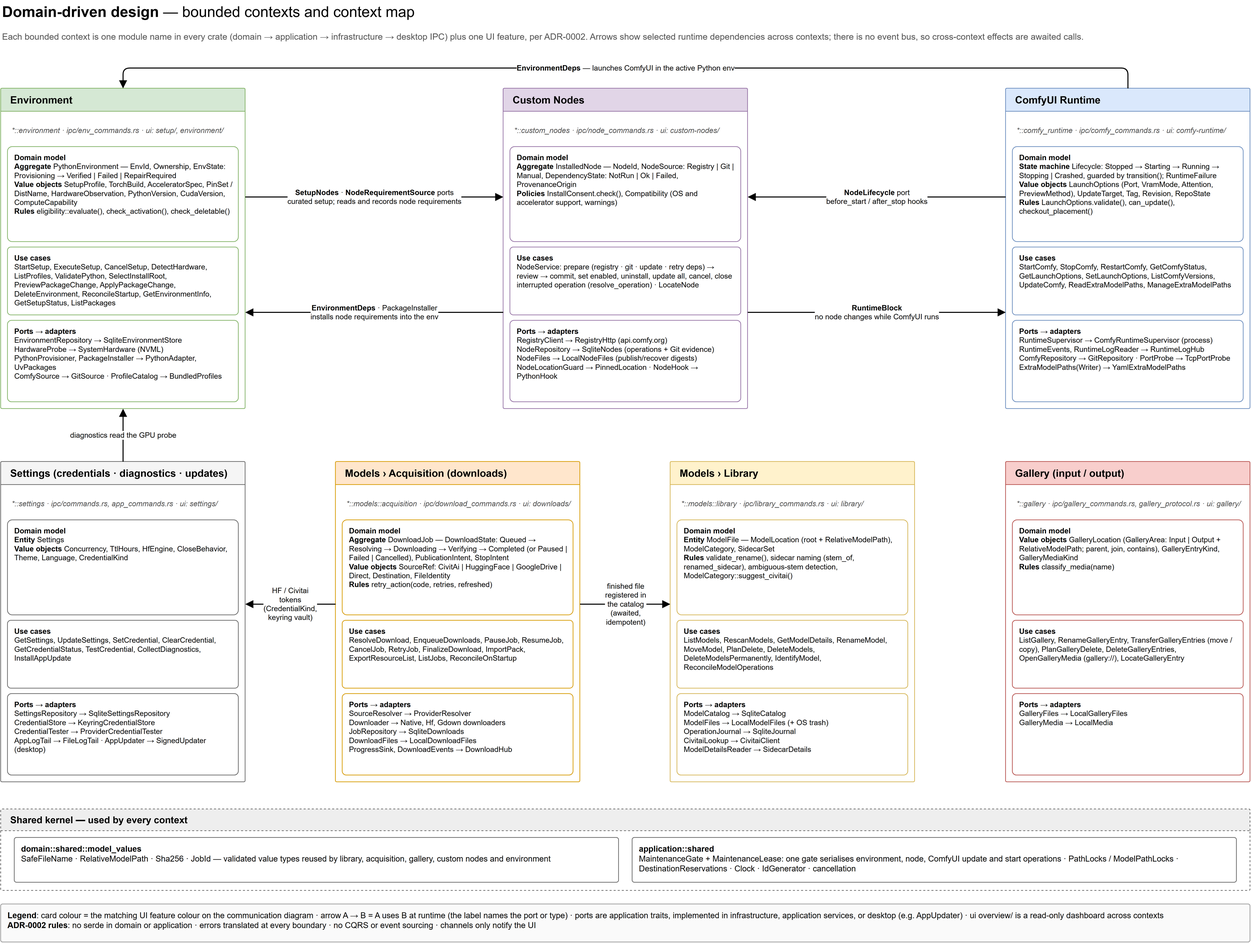
The draw.io diagram docs/diagrams/ddd-context-map.drawio.png in vjumpkung/vjump-comfyui-portable-with-resource-manager, before a commit. Source tidied: cells renumbered, new cells last; positions are measured from the earlier drawing's top-left corner, leaving out a move shared by most shapes.
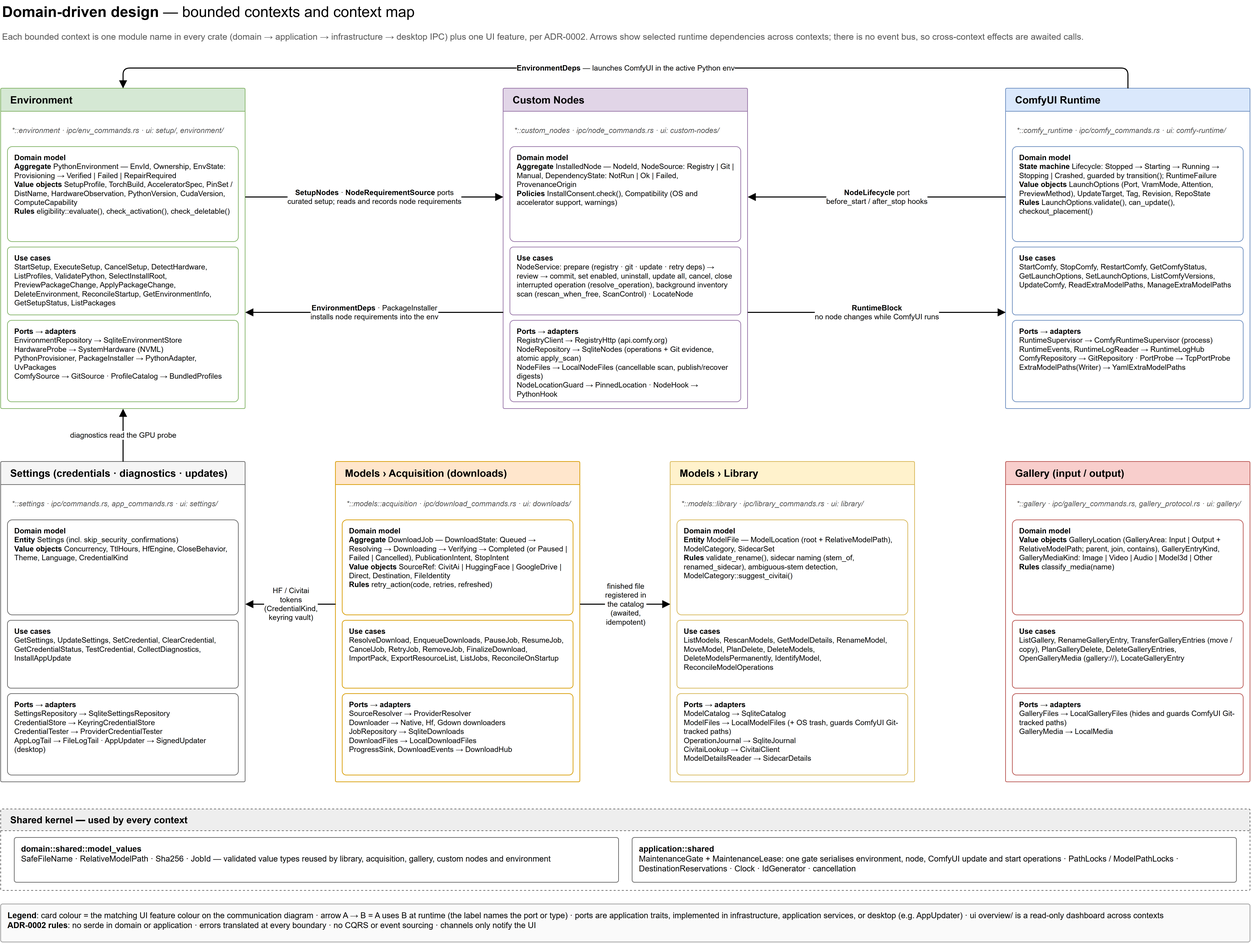
The same diagram one commit later.

Change to the diagram source:
```diff
@@ -32,10 +32,10 @@
     <mxCell id="11" value="&lt;b&gt;Domain model&lt;/b&gt;&lt;br&gt;&lt;b&gt;Aggregate&lt;/b&gt; InstalledNode — NodeId, NodeSource: Registry | Git | Manual, DependencyState: NotRun | Ok | Failed, ProvenanceOrigin&lt;br&gt;&lt;b&gt;Policies&lt;/b&gt; InstallConsent.check(), Compatibility (OS and accelerator support, warnings)" style="rounded=1;arcSize=5;whiteSpace=wrap;html=1;align=left;verticalAlign=top;spacingLeft=8;spacingRight=6;spacingTop=3;fontSize=11;fillColor=#ffffff;strokeColor=#9673a6;strokeWidth=1;" parent="9" vertex="1">
       <mxGeometry x="10" y="86" width="340" height="140" as="geometry" />
     </mxCell>
-    <mxCell id="12" value="&lt;b&gt;Use cases&lt;/b&gt;&lt;br&gt;NodeService: prepare (registry · git · update · retry deps) → review → commit, set enabled, uninstall, update all, cancel, close interrupted operation (resolve_operation) · LocateNode" style="rounded=1;arcSize=5;whiteSpace=wrap;html=1;align=left;verticalAlign=top;spacingLeft=8;spacingRight=6;spacingTop=3;fontSize=11;fillColor=#ffffff;strokeColor=#9673a6;strokeWidth=1;" parent="9" vertex="1">
+    <mxCell id="12" value="&lt;b&gt;Use cases&lt;/b&gt;&lt;br&gt;NodeService: prepare (registry · git · update · retry deps) → review → commit, set enabled, uninstall, update all, cancel, close interrupted operation (resolve_operation), background inventory scan (rescan_when_free, ScanControl) · LocateNode" style="rounded=1;arcSize=5;whiteSpace=wrap;html=1;align=left;verticalAlign=top;spacingLeft=8;spacingRight=6;spacingTop=3;fontSize=11;fillColor=#ffffff;strokeColor=#9673a6;strokeWidth=1;" parent="9" vertex="1">
       <mxGeometry x="10" y="234" width="340" height="100" as="geometry" />
     </mxCell>
-    <mxCell id="13" value="&lt;b&gt;Ports → adapters&lt;/b&gt;&lt;br&gt;RegistryClient → RegistryHttp (api.comfy.org)&lt;br&gt;NodeRepository → SqliteNodes (operations + Git evidence)&lt;br&gt;NodeFiles → LocalNodeFiles (publish/recover digests)&lt;br&gt;NodeLocationGuard → PinnedLocation · NodeHook → PythonHook" style="rounded=1;arcSize=5;whiteSpace=wrap;html=1;align=left;verticalAlign=top;spacingLeft=8;spacingRight=6;spacingTop=3;fontSize=11;fillColor=#ffffff;strokeColor=#9673a6;strokeWidth=1;" parent="9" vertex="1">
+    <mxCell id="13" value="&lt;b&gt;Ports → adapters&lt;/b&gt;&lt;br&gt;RegistryClient → RegistryHttp (api.comfy.org)&lt;br&gt;NodeRepository → SqliteNodes (operations + Git evidence, atomic apply_scan)&lt;br&gt;NodeFiles → LocalNodeFiles (cancellable scan, publish/recover digests)&lt;br&gt;NodeLocationGuard → PinnedLocation · NodeHook → PythonHook" style="rounded=1;arcSize=5;whiteSpace=wrap;html=1;align=left;verticalAlign=top;spacingLeft=8;spacingRight=6;spacingTop=3;fontSize=11;fillColor=#ffffff;strokeColor=#9673a6;strokeWidth=1;" parent="9" vertex="1">
       <mxGeometry x="10" y="342" width="340" height="120" as="geometry" />
     </mxCell>
     <mxCell id="14" value="ComfyUI Runtime" style="swimlane;startSize=34;rounded=1;arcSize=2;html=1;whiteSpace=wrap;fontStyle=1;fontSize=15;align=left;spacingLeft=12;fillColor=#dae8fc;strokeColor=#6c8ebf;swimlaneFillColor=#ffffff;" parent="1" vertex="1">
@@ -59,7 +59,7 @@
     <mxCell id="20" value="*::settings · ipc/commands.rs, app_commands.rs · ui: settings/" style="text;html=1;align=left;verticalAlign=middle;whiteSpace=wrap;fontSize=11;fontStyle=2;fontColor=#555555;spacingLeft=4;" parent="19" vertex="1">
       <mxGeometry x="10" y="42" width="340" height="40" as="geometry" />
     </mxCell>
-    <mxCell id="21" value="&lt;b&gt;Domain model&lt;/b&gt;&lt;br&gt;&lt;b&gt;Entity&lt;/b&gt; Settings&lt;br&gt;&lt;b&gt;Value objects&lt;/b&gt; Concurrency, TtlHours, HfEngine, CloseBehavior, Theme, Language, CredentialKind" style="rounded=1;arcSize=5;whiteSpace=wrap;html=1;align=left;verticalAlign=top;spacingLeft=8;spacingRight=6;spacingTop=3;fontSize=11;fillColor=#ffffff;strokeColor=#666666;strokeWidth=1;" parent="19" vertex="1">
+    <mxCell id="21" value="&lt;b&gt;Domain model&lt;/b&gt;&lt;br&gt;&lt;b&gt;Entity&lt;/b&gt; Settings (incl. skip_security_confirmations)&lt;br&gt;&lt;b&gt;Value objects&lt;/b&gt; Concurrency, TtlHours, HfEngine, CloseBehavior, Theme, Language, CredentialKind" style="rounded=1;arcSize=5;whiteSpace=wrap;html=1;align=left;verticalAlign=top;spacingLeft=8;spacingRight=6;spacingTop=3;fontSize=11;fillColor=#ffffff;strokeColor=#666666;strokeWidth=1;" parent="19" vertex="1">
       <mxGeometry x="10" y="86" width="340" height="140" as="geometry" />
     </mxCell>
     <mxCell id="22" value="&lt;b&gt;Use cases&lt;/b&gt;&lt;br&gt;GetSettings, UpdateSettings, SetCredential, ClearCredential, GetCredentialStatus, TestCredential, CollectDiagnostics, InstallAppUpdate" style="rounded=1;arcSize=5;whiteSpace=wrap;html=1;align=left;verticalAlign=top;spacingLeft=8;spacingRight=6;spacingTop=3;fontSize=11;fillColor=#ffffff;strokeColor=#666666;strokeWidth=1;" parent="19" vertex="1">
@@ -77,7 +77,7 @@
     <mxCell id="26" value="&lt;b&gt;Domain model&lt;/b&gt;&lt;br&gt;&lt;b&gt;Aggregate&lt;/b&gt; DownloadJob — DownloadState: Queued → Resolving → Downloading → Verifying → Completed (or Paused | Failed | Cancelled), PublicationIntent, StopIntent&lt;br&gt;&lt;b&gt;Value objects&lt;/b&gt; SourceRef: CivitAi | HuggingFace | GoogleDrive | Direct, Destination, FileIdentity&lt;br&gt;&lt;b&gt;Rules&lt;/b&gt; retry_action(code, retries, refreshed)" style="rounded=1;arcSize=5;whiteSpace=wrap;html=1;align=left;verticalAlign=top;spacingLeft=8;spacingRight=6;spacingTop=3;fontSize=11;fillColor=#ffffff;strokeColor=#d79b00;strokeWidth=1;" parent="24" vertex="1">
       <mxGeometry x="10" y="86" width="340" height="140" as="geometry" />
     </mxCell>
-    <mxCell id="27" value="&lt;b&gt;Use cases&lt;/b&gt;&lt;br&gt;ResolveDownload, EnqueueDownloads, PauseJob, ResumeJob, CancelJob, RetryJob, FinalizeDownload, ImportPack, ExportResourceList, ListJobs, ReconcileOnStartup" style="rounded=1;arcSize=5;whiteSpace=wrap;html=1;align=left;verticalAlign=top;spacingLeft=8;spacingRight=6;spacingTop=3;fontSize=11;fillColor=#ffffff;strokeColor=#d79b00;strokeWidth=1;" parent="24" vertex="1">
+    <mxCell id="27" value="&lt;b&gt;Use cases&lt;/b&gt;&lt;br&gt;ResolveDownload, EnqueueDownloads, PauseJob, ResumeJob, CancelJob, RetryJob, RemoveJob, FinalizeDownload, ImportPack, ExportResourceList, ListJobs, ReconcileOnStartup" style="rounded=1;arcSize=5;whiteSpace=wrap;html=1;align=left;verticalAlign=top;spacingLeft=8;spacingRight=6;spacingTop=3;fontSize=11;fillColor=#ffffff;strokeColor=#d79b00;strokeWidth=1;" parent="24" vertex="1">
       <mxGeometry x="10" y="234" width="340" height="100" as="geometry" />
     </mxCell>
     <mxCell id="28" value="&lt;b&gt;Ports → adapters&lt;/b&gt;&lt;br&gt;SourceResolver → ProviderResolver&lt;br&gt;Downloader → Native, Hf, Gdown downloaders&lt;br&gt;JobRepository → SqliteDownloads&lt;br&gt;DownloadFiles → LocalDownloadFiles&lt;br&gt;ProgressSink, DownloadEvents → DownloadHub" style="rounded=1;arcSize=5;whiteSpace=wrap;html=1;align=left;verticalAlign=top;spacingLeft=8;spacingRight=6;spacingTop=3;fontSize=11;fillColor=#ffffff;strokeColor=#d79b00;strokeWidth=1;" parent="24" vertex="1">
@@ -95,7 +95,7 @@
     <mxCell id="32" value="&lt;b&gt;Use cases&lt;/b&gt;&lt;br&gt;ListModels, RescanModels, GetModelDetails, RenameModel, MoveModel, PlanDelete, DeleteModels, DeleteModelsPermanently, IdentifyModel, ReconcileModelOperations" style="rounded=1;arcSize=5;whiteSpace=wrap;html=1;align=left;verticalAlign=top;spacingLeft=8;spacingRight=6;spacingTop=3;fontSize=11;fillColor=#ffffff;strokeColor=#d6b656;strokeWidth=1;" parent="29" vertex="1">
       <mxGeometry x="10" y="234" width="340" height="100" as="geometry" />
     </mxCell>
-    <mxCell id="33" value="&lt;b&gt;Ports → adapters&lt;/b&gt;&lt;br&gt;ModelCatalog → SqliteCatalog&lt;br&gt;ModelFiles → LocalModelFiles (+ OS trash)&lt;br&gt;OperationJournal → SqliteJournal&lt;br&gt;CivitaiLookup → CivitaiClient&lt;br&gt;ModelDetailsReader → SidecarDetails" style="rounded=1;arcSize=5;whiteSpace=wrap;html=1;align=left;verticalAlign=top;spacingLeft=8;spacingRight=6;spacingTop=3;fontSize=11;fillColor=#ffffff;strokeColor=#d6b656;strokeWidth=1;" parent="29" vertex="1">
+    <mxCell id="33" value="&lt;b&gt;Ports → adapters&lt;/b&gt;&lt;br&gt;ModelCatalog → SqliteCatalog&lt;br&gt;ModelFiles → LocalModelFiles (+ OS trash, guards ComfyUI Git-tracked paths)&lt;br&gt;OperationJournal → SqliteJournal&lt;br&gt;CivitaiLookup → CivitaiClient&lt;br&gt;ModelDetailsReader → SidecarDetails" style="rounded=1;arcSize=5;whiteSpace=wrap;html=1;align=left;verticalAlign=top;spacingLeft=8;spacingRight=6;spacingTop=3;fontSize=11;fillColor=#ffffff;strokeColor=#d6b656;strokeWidth=1;" parent="29" vertex="1">
       <mxGeometry x="10" y="342" width="340" height="120" as="geometry" />
     </mxCell>
     <mxCell id="34" value="Gallery (input / output)" style="swimlane;startSize=34;rounded=1;arcSize=2;html=1;whiteSpace=wrap;fontStyle=1;fontSize=15;align=left;spacingLeft=12;fillColor=#f8cecc;strokeColor=#b85450;swimlaneFillColor=#ffffff;" parent="1" vertex="1">
@@ -104,13 +104,13 @@
     <mxCell id="35" value="*::gallery · ipc/gallery_commands.rs, gallery_protocol.rs · ui: gallery/" style="text;html=1;align=left;verticalAlign=middle;whiteSpace=wrap;fontSize=11;fontStyle=2;fontColor=#555555;spacingLeft=4;" parent="34" vertex="1">
       <mxGeometry x="10" y="42" width="340" height="40" as="geometry" />
     </mxCell>
-    <mxCell id="36" value="&lt;b&gt;Domain model&lt;/b&gt;&lt;br&gt;&lt;b&gt;Value objects&lt;/b&gt; GalleryLocation (GalleryArea: Input | Output + RelativeModelPath; parent, join, contains), GalleryEntryKind, GalleryMediaKind&lt;br&gt;&lt;b&gt;Rules&lt;/b&gt; classify_media(name)" style="rounded=1;arcSize=5;whiteSpace=wrap;html=1;align=left;verticalAlign=top;spacingLeft=8;spacingRight=6;spacingTop=3;fontSize=11;fillColor=#ffffff;strokeColor=#b85450;strokeWidth=1;" parent="34" vertex="1">
+    <mxCell id="36" value="&lt;b&gt;Domain model&lt;/b&gt;&lt;br&gt;&lt;b&gt;Value objects&lt;/b&gt; GalleryLocation (GalleryArea: Input | Output + RelativeModelPath; parent, join, contains), GalleryEntryKind, GalleryMediaKind: Image | Video | Audio | Model3d | Other&lt;br&gt;&lt;b&gt;Rules&lt;/b&gt; classify_media(name)" style="rounded=1;arcSize=5;whiteSpace=wrap;html=1;align=left;verticalAlign=top;spacingLeft=8;spacingRight=6;spacingTop=3;fontSize=11;fillColor=#ffffff;strokeColor=#b85450;strokeWidth=1;" parent="34" vertex="1">
       <mxGeometry x="10" y="86" width="340" height="140" as="geometry" />
     </mxCell>
     <mxCell id="37" value="&lt;b&gt;Use cases&lt;/b&gt;&lt;br&gt;ListGallery, RenameGalleryEntry, TransferGalleryEntries (move / copy), PlanGalleryDelete, DeleteGalleryEntries, OpenGalleryMedia (gallery://), LocateGalleryEntry" style="rounded=1;arcSize=5;whiteSpace=wrap;html=1;align=left;verticalAlign=top;spacingLeft=8;spacingRight=6;spacingTop=3;fontSize=11;fillColor=#ffffff;strokeColor=#b85450;strokeWidth=1;" parent="34" vertex="1">
       <mxGeometry x="10" y="234" width="340" height="100" as="geometry" />
     </mxCell>
-    <mxCell id="38" value="&lt;b&gt;Ports → adapters&lt;/b&gt;&lt;br&gt;GalleryFiles → LocalGalleryFiles&lt;br&gt;GalleryMedia → LocalMedia" style="rounded=1;arcSize=5;whiteSpace=wrap;html=1;align=left;verticalAlign=top;spacingLeft=8;spacingRight=6;spacingTop=3;fontSize=11;fillColor=#ffffff;strokeColor=#b85450;strokeWidth=1;" parent="34" vertex="1">
+    <mxCell id="38" value="&lt;b&gt;Ports → adapters&lt;/b&gt;&lt;br&gt;GalleryFiles → LocalGalleryFiles (hides and guards ComfyUI Git-tracked paths)&lt;br&gt;GalleryMedia → LocalMedia" style="rounded=1;arcSize=5;whiteSpace=wrap;html=1;align=left;verticalAlign=top;spacingLeft=8;spacingRight=6;spacingTop=3;fontSize=11;fillColor=#ffffff;strokeColor=#b85450;strokeWidth=1;" parent="34" vertex="1">
       <mxGeometry x="10" y="342" width="340" height="120" as="geometry" />
     </mxCell>
     <mxCell id="39" value="Shared kernel — used by every context" style="swimlane;startSize=32;rounded=1;arcSize=2;html=1;whiteSpace=wrap;fontStyle=1;fontSize=14;align=left;spacingLeft=12;fillColor=#eeeeee;strokeColor=#666666;swimlaneFillColor=#ffffff;dashed=1;" parent="1" vertex="1">
```
